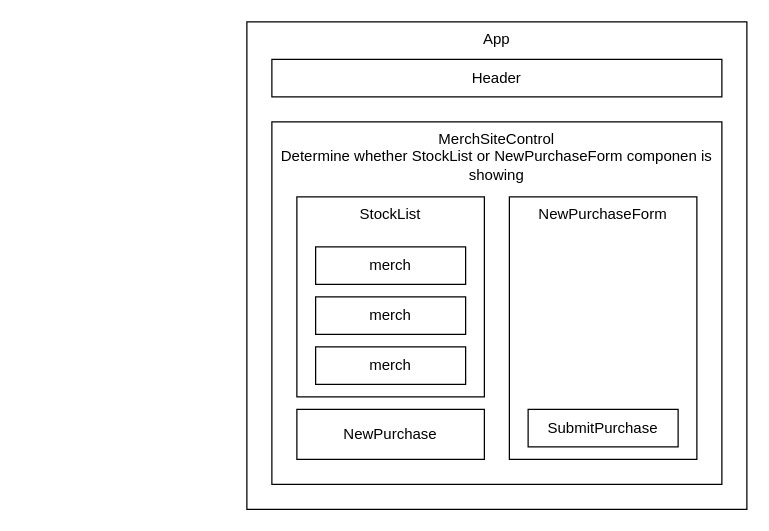
Before: componentDiagram.drawio in zbl14/merch-site, a draw.io diagram. Source tidied: cells renumbered, new cells numbered last; positions are measured from the earlier drawing's top-left corner, leaving out a move shared by most shapes. Both pictures are drawn from the tidied source at 125%, with x=0, y=0 at pixel (246, 21).
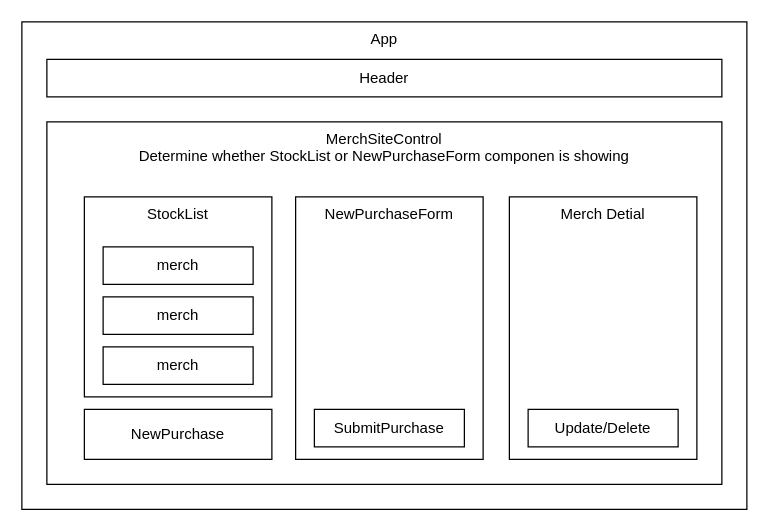
The same page after the edit.

Change to the diagram source:
```diff
@@
 <mxGraphModel>
   <root>
     <mxCell id="0" />
     <mxCell id="1" parent="0" />
     <mxCell id="2" value="App" style="rounded=0;whiteSpace=wrap;html=1;verticalAlign=top;" parent="1" vertex="1">
-      <mxGeometry width="400" height="390" as="geometry" />
+      <mxGeometry x="-180" width="580" height="390" as="geometry" />
     </mxCell>
     <mxCell id="3" value="Header" style="rounded=0;whiteSpace=wrap;html=1;" parent="1" vertex="1">
-      <mxGeometry x="20" y="30" width="360" height="30" as="geometry" />
+      <mxGeometry x="-160" y="30" width="540" height="30" as="geometry" />
     </mxCell>
     <mxCell id="4" value="MerchSiteControl&lt;br&gt;Determine whether StockList or NewPurchaseForm componen is showing" style="rounded=0;whiteSpace=wrap;html=1;verticalAlign=top;" parent="1" vertex="1">
-      <mxGeometry x="20" y="80" width="360" height="290" as="geometry" />
+      <mxGeometry x="-160" y="80" width="540" height="290" as="geometry" />
     </mxCell>
     <mxCell id="5" value="StockList" style="rounded=0;whiteSpace=wrap;html=1;verticalAlign=top;" parent="1" vertex="1">
-      <mxGeometry x="40" y="140" width="150" height="160" as="geometry" />
+      <mxGeometry x="-130" y="140" width="150" height="160" as="geometry" />
     </mxCell>
     <mxCell id="6" value="NewPurchaseForm" style="rounded=0;whiteSpace=wrap;html=1;verticalAlign=top;" parent="1" vertex="1">
-      <mxGeometry x="210" y="140" width="150" height="210" as="geometry" />
+      <mxGeometry x="39" y="140" width="150" height="210" as="geometry" />
     </mxCell>
     <mxCell id="7" value="merch" style="rounded=0;whiteSpace=wrap;html=1;" parent="1" vertex="1">
-      <mxGeometry x="55" y="180" width="120" height="30" as="geometry" />
+      <mxGeometry x="-115" y="180" width="120" height="30" as="geometry" />
     </mxCell>
     <mxCell id="8" value="NewPurchase" style="rounded=0;whiteSpace=wrap;html=1;" parent="1" vertex="1">
-      <mxGeometry x="40" y="310" width="150" height="40" as="geometry" />
+      <mxGeometry x="-130" y="310" width="150" height="40" as="geometry" />
     </mxCell>
     <mxCell id="9" value="SubmitPurchase" style="rounded=0;whiteSpace=wrap;html=1;" parent="1" vertex="1">
-      <mxGeometry x="225" y="310" width="120" height="30" as="geometry" />
+      <mxGeometry x="54" y="310" width="120" height="30" as="geometry" />
     </mxCell>
     <mxCell id="10" value="merch" style="rounded=0;whiteSpace=wrap;html=1;" parent="1" vertex="1">
-      <mxGeometry x="55" y="220" width="120" height="30" as="geometry" />
+      <mxGeometry x="-115" y="220" width="120" height="30" as="geometry" />
     </mxCell>
     <mxCell id="11" value="merch" style="rounded=0;whiteSpace=wrap;html=1;" parent="1" vertex="1">
-      <mxGeometry x="55" y="260" width="120" height="30" as="geometry" />
+      <mxGeometry x="-115" y="260" width="120" height="30" as="geometry" />
     </mxCell>
+    <mxCell id="12" value="Merch Detial" style="rounded=0;whiteSpace=wrap;html=1;verticalAlign=top;" parent="1" vertex="1">
+      <mxGeometry x="210" y="140" width="150" height="210" as="geometry" />
+    </mxCell>
+    <mxCell id="13" value="Update/Delete" style="rounded=0;whiteSpace=wrap;html=1;" parent="1" vertex="1">
+      <mxGeometry x="225" y="310" width="120" height="30" as="geometry" />
+    </mxCell>
   </root>
 </mxGraphModel>
```
